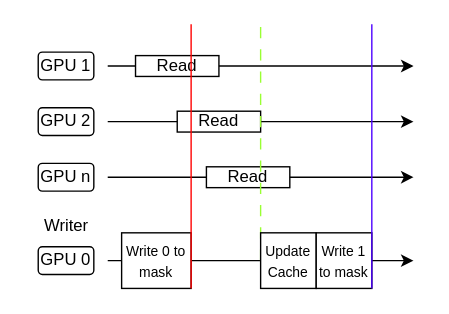
This is page "Multi-GPU" (9 of 10) of diagrams/group_meeting_gnn.drawio from henryliu5/thesis-paper, a draw.io file, before an edit. Source tidied: cells renumbered, new cells numbered last; positions are measured from the earlier drawing's top-left corner, leaving out a move shared by most shapes. Both pictures are drawn from the tidied source at 139%, with x=0, y=0 at pixel (24, 24).
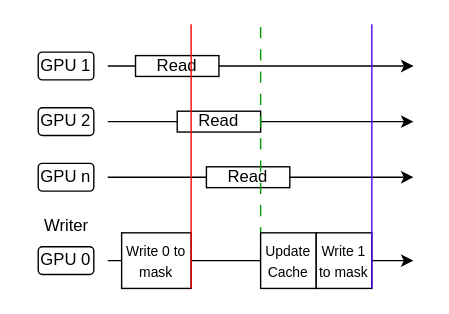
The same page after the edit.

Change to the diagram source:
```diff
@@
-    <mxCell id="13" style="endArrow=none;html=1;rounded=0;fillColor=#f8cecc;strokeColor=#99FF33;dashed=1;dashPattern=8 8;" parent="1" edge="1">
+    <mxCell id="13" style="endArrow=none;html=1;rounded=0;fillColor=#f8cecc;strokeColor=#009900;dashed=1;dashPattern=8 8;" parent="1" edge="1">
       <mxGeometry relative="1" as="geometry">
         <mxPoint x="170" y="170" as="sourcePoint" />
         <mxPoint x="170" as="targetPoint" />
       </mxGeometry>
     </mxCell>
```
